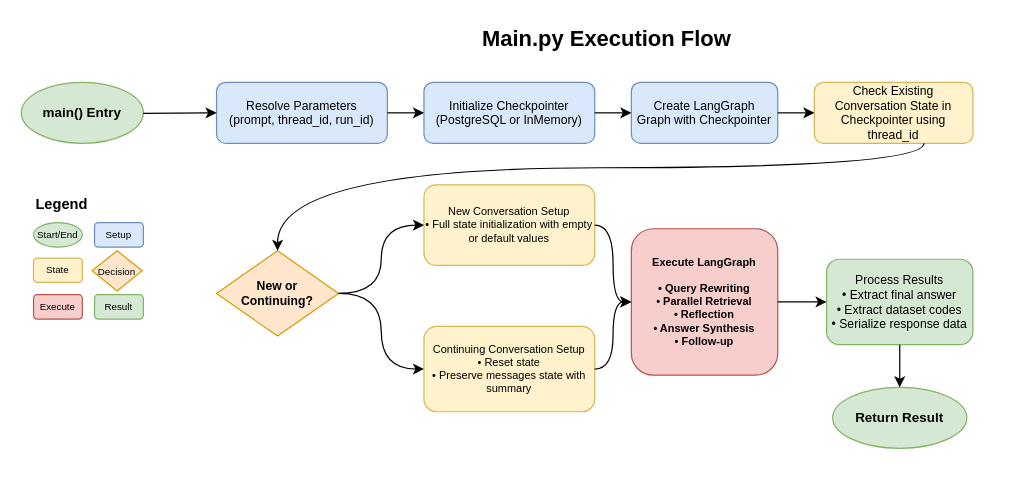
michaelmiscanuk/czsu-multi-agent-text-to-sql keeps this draw.io diagram as other/diagrams/main_execution_flow.drawio. Above is the earlier version. Source tidied: cells renumbered, new cells numbered last; positions are measured from the earlier drawing's top-left corner, leaving out a move shared by most shapes. Both pictures are drawn from the tidied source at 122%, with x=0, y=0 at pixel (21, 21).
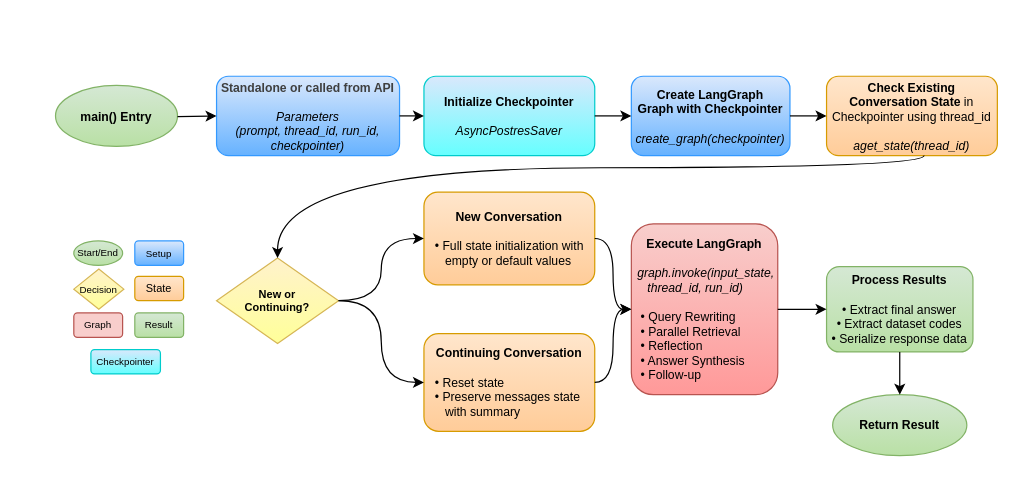
After the change.

Commit message (it also covers changes not shown here):
293b Improvements in Langgraph and checkpointer diagrams, fastapi diagram

Diff of the diagram source:
```diff
@@
-    <mxCell id="2" value="Main.py Execution Flow" style="text;html=1;strokeColor=none;fillColor=none;align=center;verticalAlign=middle;whiteSpace=wrap;rounded=0;fontSize=18;fontStyle=1;" parent="1" vertex="1">
-      <mxGeometry x="330" width="300" height="30" as="geometry" />
-    </mxCell>
-    <mxCell id="3" value="main() Entry" style="ellipse;whiteSpace=wrap;html=1;fillColor=#d5e8d4;strokeColor=#82b366;fontSize=11;fontStyle=1;" parent="1" vertex="1">
-      <mxGeometry y="50" width="100" height="50" as="geometry" />
+    <mxCell id="3" value="main() Entry" style="ellipse;whiteSpace=wrap;html=1;fillColor=#d5e8d4;strokeColor=#82b366;fontSize=10;fontStyle=1;rounded=1;align=center;verticalAlign=middle;fontFamily=Helvetica;fontColor=default;gradientColor=#B9E0A5;" parent="1" vertex="1">
+      <mxGeometry x="28" y="52.5" width="100" height="50" as="geometry" />
     </mxCell>
-    <mxCell id="4" value="Resolve Parameters&#10;(prompt, thread_id, run_id)" style="rounded=1;whiteSpace=wrap;html=1;fillColor=#dae8fc;strokeColor=#6c8ebf;fontSize=10;" parent="1" vertex="1">
-      <mxGeometry x="160" y="50" width="140" height="50" as="geometry" />
+    <mxCell id="4" value="&lt;div&gt;&lt;span style=&quot;color: rgb(63, 63, 63);&quot;&gt;&lt;b&gt;Standalone or called from API&lt;/b&gt;&lt;/span&gt;&lt;/div&gt;&lt;div&gt;&lt;span style=&quot;color: rgb(63, 63, 63);&quot;&gt;&lt;br&gt;&lt;/span&gt;&lt;/div&gt;&lt;i&gt;Parameters&lt;br&gt;(prompt, thread_id, run_id, checkpointer)&lt;/i&gt;" style="rounded=1;whiteSpace=wrap;html=1;fillColor=#dae8fc;strokeColor=#3399FF;fontSize=10;gradientColor=#66B2FF;align=center;verticalAlign=middle;fontFamily=Helvetica;fontColor=default;" parent="1" vertex="1">
+      <mxGeometry x="160" y="45" width="150" height="65" as="geometry" />
     </mxCell>
-    <mxCell id="5" value="Initialize Checkpointer&#10;(PostgreSQL or InMemory)" style="rounded=1;whiteSpace=wrap;html=1;fillColor=#dae8fc;strokeColor=#6c8ebf;fontSize=10;" parent="1" vertex="1">
-      <mxGeometry x="330" y="50" width="140" height="50" as="geometry" />
+    <mxCell id="5" value="&lt;b&gt;Initialize Checkpointer&lt;/b&gt;&lt;div&gt;&lt;br&gt;&lt;i&gt;AsyncPostresSaver&lt;/i&gt;&lt;/div&gt;" style="rounded=1;whiteSpace=wrap;html=1;fillColor=#dae8fc;strokeColor=#00CCCC;fontSize=10;gradientColor=#66FFFF;" parent="1" vertex="1">
+      <mxGeometry x="330" y="45" width="140" height="65" as="geometry" />
     </mxCell>
-    <mxCell id="6" value="Create LangGraph&lt;br&gt;Graph with Checkpointer" style="rounded=1;whiteSpace=wrap;html=1;fillColor=#dae8fc;strokeColor=#6c8ebf;fontSize=10;" parent="1" vertex="1">
-      <mxGeometry x="500" y="50" width="120" height="50" as="geometry" />
+    <mxCell id="6" value="&lt;b&gt;Create LangGraph&lt;br&gt;Graph with Checkpointer&lt;/b&gt;&lt;div&gt;&lt;br&gt;&lt;div&gt;&lt;i&gt;create_graph(checkpointer)&lt;/i&gt;&lt;/div&gt;&lt;/div&gt;" style="rounded=1;whiteSpace=wrap;html=1;fillColor=#dae8fc;strokeColor=#3399FF;fontSize=10;gradientColor=#66B2FF;align=center;verticalAlign=middle;fontFamily=Helvetica;fontColor=default;" parent="1" vertex="1">
+      <mxGeometry x="500" y="45" width="130" height="65" as="geometry" />
     </mxCell>
-    <mxCell id="7" value="Check Existing&lt;br&gt;Conversation State in Checkpointer using thread_id" style="rounded=1;whiteSpace=wrap;html=1;fillColor=#fff2cc;strokeColor=#d6b656;fontSize=10;" parent="1" vertex="1">
-      <mxGeometry x="650" y="50" width="130" height="50" as="geometry" />
+    <mxCell id="7" value="&lt;b&gt;Check Existing&lt;br&gt;Conversation State&lt;/b&gt; in Checkpointer using thread_id&lt;div&gt;&lt;br&gt;&lt;/div&gt;&lt;div&gt;&lt;i&gt;aget_state(thread_id)&lt;/i&gt;&lt;/div&gt;" style="rounded=1;whiteSpace=wrap;html=1;fillColor=#ffe6cc;strokeColor=#d79b00;fontSize=10;align=center;verticalAlign=middle;fontFamily=Helvetica;fontColor=default;gradientColor=#FFCC99;" parent="1" vertex="1">
+      <mxGeometry x="660" y="45" width="140" height="65" as="geometry" />
     </mxCell>
-    <mxCell id="8" value="New or&#10;Continuing?" style="rhombus;whiteSpace=wrap;html=1;fillColor=#ffe6cc;strokeColor=#d79b00;fontSize=10;fontStyle=1;" parent="1" vertex="1">
-      <mxGeometry x="160" y="188" width="100" height="70" as="geometry" />
+    <mxCell id="8" value="New or&#10;Continuing?" style="rhombus;whiteSpace=wrap;html=1;fillColor=#fff2cc;strokeColor=#d6b656;fontSize=9;fontStyle=1;gradientColor=#FFFF99;" parent="1" vertex="1">
+      <mxGeometry x="160" y="194" width="100" height="70" as="geometry" />
     </mxCell>
-    <mxCell id="9" value="New Conversation Setup&lt;br&gt;• Full state initialization with empty or default values" style="rounded=1;whiteSpace=wrap;html=1;fillColor=#fff2cc;strokeColor=#d6b656;fontSize=9;" parent="1" vertex="1">
-      <mxGeometry x="330" y="134" width="140" height="66" as="geometry" />
+    <mxCell id="9" value="&lt;b&gt;New Conversation&lt;/b&gt;&lt;div&gt;&lt;br&gt;&lt;div style=&quot;text-align: left;&quot;&gt;&lt;span style=&quot;background-color: transparent; color: light-dark(rgb(0, 0, 0), rgb(255, 255, 255));&quot;&gt;&amp;nbsp; &amp;nbsp;• Full state initialization with&amp;nbsp; &amp;nbsp; &amp;nbsp; &amp;nbsp; empty or default values&lt;/span&gt;&lt;/div&gt;&lt;/div&gt;" style="rounded=1;whiteSpace=wrap;html=1;fillColor=#ffe6cc;strokeColor=#d79b00;fontSize=10;gradientColor=#FFCC99;" parent="1" vertex="1">
+      <mxGeometry x="330" y="140" width="140" height="76" as="geometry" />
     </mxCell>
-    <mxCell id="10" value="Continuing Conversation Setup&lt;br&gt;• Reset state&lt;br&gt;• Preserve messages state with summary" style="rounded=1;whiteSpace=wrap;html=1;fillColor=#fff2cc;strokeColor=#d6b656;fontSize=9;" parent="1" vertex="1">
-      <mxGeometry x="330" y="250" width="140" height="70" as="geometry" />
+    <mxCell id="10" value="&lt;b&gt;Continuing Conversation&lt;/b&gt;&lt;div&gt;&lt;b&gt;&lt;br&gt;&lt;div style=&quot;text-align: left;&quot;&gt;&lt;span style=&quot;background-color: transparent; color: light-dark(rgb(0, 0, 0), rgb(255, 255, 255)); font-weight: normal;&quot;&gt;&amp;nbsp; &amp;nbsp;• Reset state&lt;/span&gt;&lt;/div&gt;&lt;/b&gt;&lt;div style=&quot;text-align: left;&quot;&gt;&lt;span style=&quot;background-color: transparent; color: light-dark(rgb(0, 0, 0), rgb(255, 255, 255));&quot;&gt;&amp;nbsp; &amp;nbsp;• Preserve messages state&amp;nbsp; &amp;nbsp; &amp;nbsp; &amp;nbsp; &amp;nbsp; with summary&lt;/span&gt;&lt;/div&gt;&lt;/div&gt;" style="rounded=1;whiteSpace=wrap;html=1;fillColor=#ffe6cc;strokeColor=#d79b00;fontSize=10;align=center;verticalAlign=middle;fontFamily=Helvetica;fontColor=default;gradientColor=#FFCC99;" parent="1" vertex="1">
+      <mxGeometry x="330" y="256" width="140" height="80" as="geometry" />
     </mxCell>
-    <mxCell id="11" value="Execute LangGraph&lt;br&gt;&lt;br&gt;• Query Rewriting&lt;br&gt;• Parallel Retrieval&lt;br&gt;• Reflection&lt;br&gt;• Answer Synthesis&lt;br&gt;&lt;div&gt;&lt;span style=&quot;background-color: transparent; color: light-dark(rgb(0, 0, 0), rgb(255, 255, 255));&quot;&gt;•&amp;nbsp;&lt;/span&gt;Follow-up&lt;/div&gt;" style="rounded=1;whiteSpace=wrap;html=1;fillColor=#f8cecc;strokeColor=#b85450;fontSize=9;fontStyle=1;align=center;" parent="1" vertex="1">
-      <mxGeometry x="500" y="170" width="120" height="120" as="geometry" />
+    <mxCell id="11" value="Execute LangGraph&lt;br&gt;&lt;br&gt;&lt;div style=&quot;font-weight: normal; text-align: left;&quot;&gt;&lt;span style=&quot;background-color: transparent; color: light-dark(rgb(0, 0, 0), rgb(255, 255, 255));&quot;&gt;&amp;nbsp;&amp;nbsp;&lt;i&gt;graph.invoke(input_state,&amp;nbsp; &amp;nbsp; &amp;nbsp; &amp;nbsp;thread_id, run_id)&lt;/i&gt;&lt;/span&gt;&lt;/div&gt;&lt;div&gt;&lt;span style=&quot;font-weight: normal;&quot;&gt;&lt;br&gt;&lt;div style=&quot;text-align: left;&quot;&gt;&lt;span style=&quot;background-color: transparent; color: light-dark(rgb(0, 0, 0), rgb(255, 255, 255));&quot;&gt;&amp;nbsp; &amp;nbsp;• Query Rewriting&lt;/span&gt;&lt;/div&gt;&lt;div style=&quot;text-align: left;&quot;&gt;&lt;span style=&quot;background-color: transparent; color: light-dark(rgb(0, 0, 0), rgb(255, 255, 255));&quot;&gt;&amp;nbsp; &amp;nbsp;• Parallel Retrieval&lt;/span&gt;&lt;/div&gt;&lt;div style=&quot;text-align: left;&quot;&gt;&lt;span style=&quot;background-color: transparent; color: light-dark(rgb(0, 0, 0), rgb(255, 255, 255));&quot;&gt;&amp;nbsp; &amp;nbsp;• Reflection&lt;/span&gt;&lt;/div&gt;&lt;div style=&quot;text-align: left;&quot;&gt;&lt;span style=&quot;background-color: transparent; color: light-dark(rgb(0, 0, 0), rgb(255, 255, 255));&quot;&gt;&amp;nbsp; &amp;nbsp;• Answer Synthesis&lt;/span&gt;&lt;/div&gt;&lt;/span&gt;&lt;div style=&quot;text-align: left;&quot;&gt;&lt;span style=&quot;font-weight: normal;&quot;&gt;&lt;span style=&quot;background-color: transparent; color: light-dark(rgb(0, 0, 0), rgb(255, 255, 255));&quot;&gt;&amp;nbsp; &amp;nbsp;•&amp;nbsp;&lt;/span&gt;Follow-up&lt;/span&gt;&lt;/div&gt;&lt;/div&gt;" style="rounded=1;whiteSpace=wrap;html=1;fillColor=#f8cecc;strokeColor=#b85450;fontSize=10;fontStyle=1;align=center;gradientColor=#FF9999;" parent="1" vertex="1">
+      <mxGeometry x="500" y="166" width="120" height="140" as="geometry" />
     </mxCell>
-    <mxCell id="12" value="Process Results&lt;br&gt;• Extract final answer&lt;br&gt;• Extract dataset codes&lt;br&gt;• Serialize response data" style="rounded=1;whiteSpace=wrap;html=1;fillColor=#d5e8d4;strokeColor=#82b366;fontSize=10;" parent="1" vertex="1">
-      <mxGeometry x="660" y="195" width="120" height="70" as="geometry" />
+    <mxCell id="12" value="&lt;b&gt;Process Results&lt;/b&gt;&lt;div&gt;&lt;b&gt;&lt;br&gt;&lt;/b&gt;• Extract final answer&lt;br&gt;• Extract dataset codes&lt;br&gt;• Serialize response data&lt;/div&gt;" style="rounded=1;whiteSpace=wrap;html=1;fillColor=#d5e8d4;strokeColor=#82b366;fontSize=10;gradientColor=#B9E0A5;" parent="1" vertex="1">
+      <mxGeometry x="660" y="201" width="120" height="70" as="geometry" />
     </mxCell>
-    <mxCell id="13" value="Return Result" style="ellipse;whiteSpace=wrap;html=1;fillColor=#d5e8d4;strokeColor=#82b366;fontSize=11;fontStyle=1;" parent="1" vertex="1">
-      <mxGeometry x="665" y="300" width="110" height="50" as="geometry" />
+    <mxCell id="13" value="Return Result" style="ellipse;whiteSpace=wrap;html=1;fillColor=#d5e8d4;strokeColor=#82b366;fontSize=10;fontStyle=1;rounded=1;align=center;verticalAlign=middle;fontFamily=Helvetica;fontColor=default;gradientColor=#B9E0A5;" parent="1" vertex="1">
+      <mxGeometry x="665" y="306" width="110" height="50" as="geometry" />
     </mxCell>
@@
-    <mxCell id="25" value="Legend" style="text;html=1;strokeColor=none;fillColor=none;align=left;verticalAlign=middle;whiteSpace=wrap;rounded=0;fontSize=12;fontStyle=1;" parent="1" vertex="1">
-      <mxGeometry x="10" y="140" width="60" height="20" as="geometry" />
-    </mxCell>
-    <mxCell id="26" value="Start/End" style="ellipse;whiteSpace=wrap;html=1;fillColor=#d5e8d4;strokeColor=#82b366;fontSize=8;" parent="1" vertex="1">
-      <mxGeometry x="10" y="165" width="40" height="20" as="geometry" />
+    <mxCell id="26" value="Start/End" style="ellipse;whiteSpace=wrap;html=1;fillColor=#d5e8d4;strokeColor=#82b366;fontSize=8;rounded=1;align=center;verticalAlign=middle;fontFamily=Helvetica;fontColor=default;gradientColor=#B9E0A5;" parent="1" vertex="1">
+      <mxGeometry x="43" y="180" width="40" height="20" as="geometry" />
     </mxCell>
-    <mxCell id="27" value="Setup" style="rounded=1;whiteSpace=wrap;html=1;fillColor=#dae8fc;strokeColor=#6c8ebf;fontSize=8;" parent="1" vertex="1">
-      <mxGeometry x="60" y="165" width="40" height="20" as="geometry" />
+    <mxCell id="27" value="&lt;font style=&quot;font-size: 8px;&quot;&gt;Setup&lt;/font&gt;" style="rounded=1;whiteSpace=wrap;html=1;fillColor=#dae8fc;strokeColor=#3399FF;fontSize=10;gradientColor=#66B2FF;align=center;verticalAlign=middle;fontFamily=Helvetica;fontColor=default;" parent="1" vertex="1">
+      <mxGeometry x="93" y="180" width="40" height="20" as="geometry" />
     </mxCell>
-    <mxCell id="28" value="State" style="rounded=1;whiteSpace=wrap;html=1;fillColor=#fff2cc;strokeColor=#d6b656;fontSize=8;" parent="1" vertex="1">
-      <mxGeometry x="10" y="194" width="40" height="20" as="geometry" />
+    <mxCell id="28" value="State" style="rounded=1;whiteSpace=wrap;html=1;fillColor=#ffe6cc;strokeColor=#d79b00;fontSize=9;align=center;verticalAlign=middle;fontFamily=Helvetica;fontColor=default;gradientColor=#FFCC99;" parent="1" vertex="1">
+      <mxGeometry x="93" y="209" width="40" height="20" as="geometry" />
     </mxCell>
-    <mxCell id="29" value="Decision" style="rhombus;whiteSpace=wrap;html=1;fillColor=#ffe6cc;strokeColor=#d79b00;fontSize=8;" parent="1" vertex="1">
-      <mxGeometry x="58" y="188" width="41" height="33" as="geometry" />
+    <mxCell id="29" value="Decision" style="rhombus;whiteSpace=wrap;html=1;fillColor=#fff2cc;strokeColor=#d6b656;fontSize=8;align=center;verticalAlign=middle;fontFamily=Helvetica;fontColor=default;fontStyle=0;gradientColor=#FFFF99;" parent="1" vertex="1">
+      <mxGeometry x="43" y="203" width="41" height="33" as="geometry" />
     </mxCell>
-    <mxCell id="30" value="Execute" style="rounded=1;whiteSpace=wrap;html=1;fillColor=#f8cecc;strokeColor=#b85450;fontSize=8;" parent="1" vertex="1">
-      <mxGeometry x="10" y="224" width="40" height="20" as="geometry" />
+    <mxCell id="30" value="Graph" style="rounded=1;whiteSpace=wrap;html=1;fillColor=#f8cecc;strokeColor=#b85450;fontSize=8;" parent="1" vertex="1">
+      <mxGeometry x="43" y="239" width="40" height="20" as="geometry" />
     </mxCell>
-    <mxCell id="31" value="Result" style="rounded=1;whiteSpace=wrap;html=1;fillColor=#d5e8d4;strokeColor=#82b366;fontSize=8;" parent="1" vertex="1">
-      <mxGeometry x="60" y="224" width="40" height="20" as="geometry" />
+    <mxCell id="31" value="Result" style="rounded=1;whiteSpace=wrap;html=1;fillColor=#d5e8d4;strokeColor=#82b366;fontSize=8;align=center;verticalAlign=middle;fontFamily=Helvetica;fontColor=default;gradientColor=#B9E0A5;" parent="1" vertex="1">
+      <mxGeometry x="93" y="239" width="40" height="20" as="geometry" />
     </mxCell>
+    <mxCell id="32" value="Checkpointer" style="rounded=1;whiteSpace=wrap;html=1;fillColor=#dae8fc;strokeColor=#00CCCC;fontSize=8;align=center;verticalAlign=middle;fontFamily=Helvetica;fontColor=default;gradientColor=#66FFFF;" parent="1" vertex="1">
+      <mxGeometry x="57" y="269" width="57" height="20" as="geometry" />
+    </mxCell>
```
